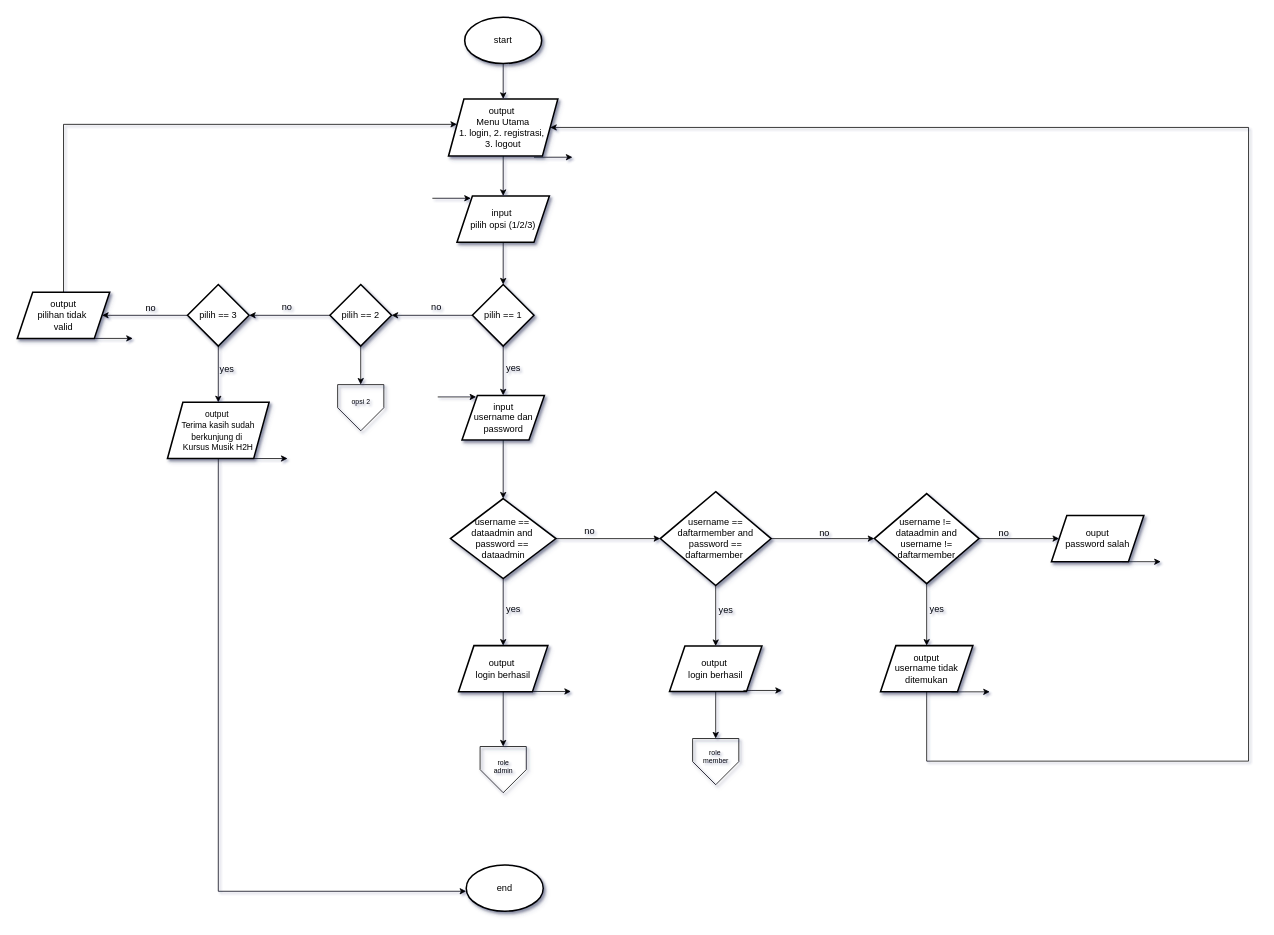
Earlier version of the draw.io diagram page "menu utama" (1 of 5) of Post-test/Post-test-apd-6/2509106078-Annisa-Nur-Raidah-PT-6.drawio (AnnisaNurRaidah/praktikum-apd). Source tidied: cells renumbered, new cells numbered last; positions are measured from the earlier drawing's top-left corner, leaving out a move shared by most shapes. Both pictures are drawn from the tidied source at 77%, with x=0, y=0 at pixel (17, 17).
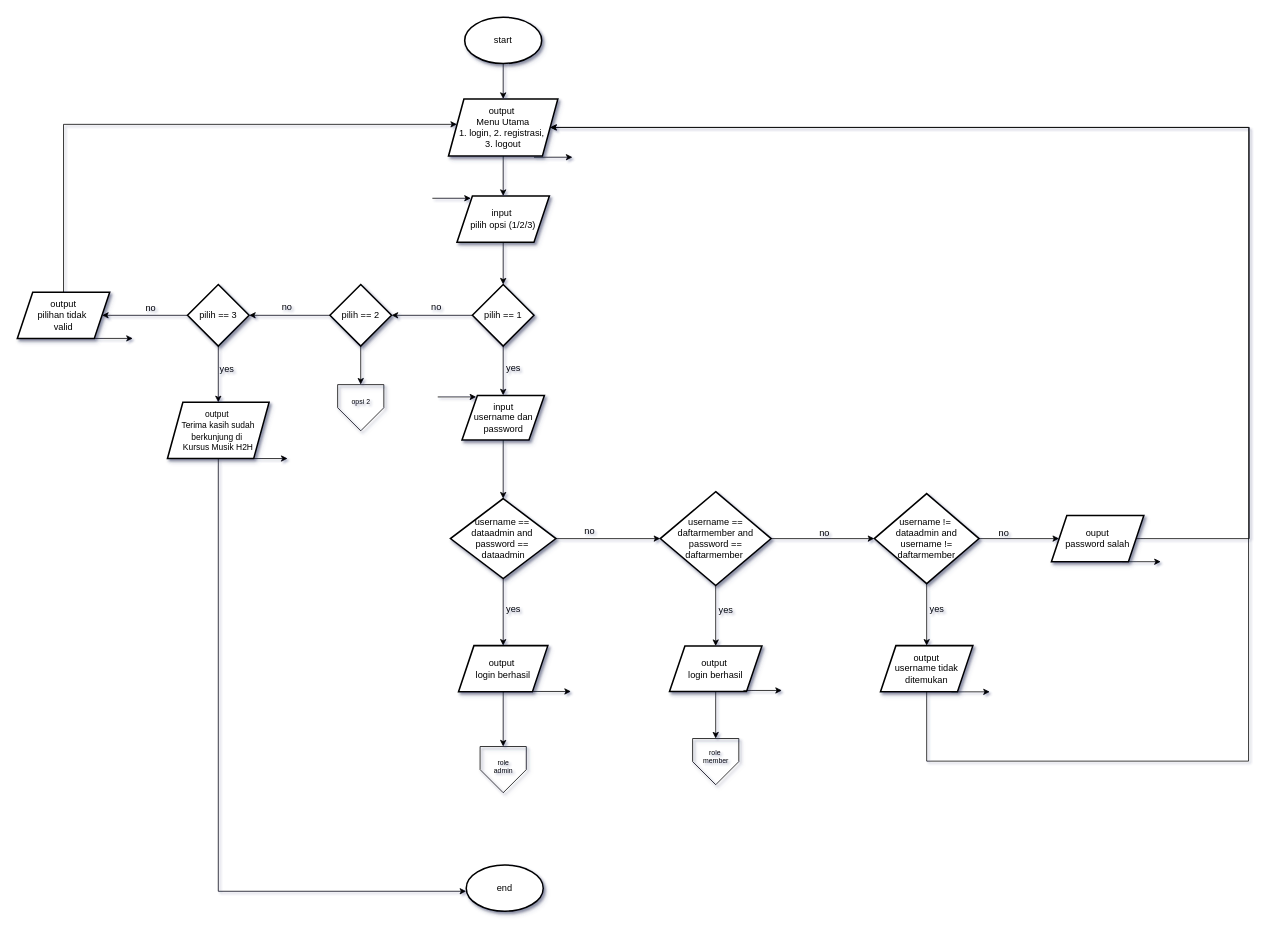
Above is the later version.

Unchanged cells that the change refers to:
```xml
<mxCell id="10" value="&lt;font style=&quot;color: light-dark(rgb(0, 0, 0), rgb(0, 0, 0));&quot;&gt;output&amp;nbsp;&lt;/font&gt;&lt;div&gt;Menu Utama&lt;/div&gt;&lt;div&gt;&lt;div style=&quot;color: rgb(255, 255, 255);&quot;&gt;&lt;font style=&quot;color: light-dark(rgb(0, 0, 0), rgb(0, 0, 0));&quot;&gt;1. login, 2. registrasi,&amp;nbsp;&lt;/font&gt;&lt;/div&gt;&lt;div style=&quot;color: rgb(255, 255, 255);&quot;&gt;&lt;font style=&quot;color: light-dark(rgb(0, 0, 0), rgb(0, 0, 0));&quot;&gt;3. logout&lt;/font&gt;&lt;/div&gt;&lt;/div&gt;" style="shape=parallelogram;perimeter=parallelogramPerimeter;whiteSpace=wrap;html=1;fixedSize=1;fillColor=light-dark(#FFFFFF,#FFFFFF);strokeColor=light-dark(#000000,#000000);fontColor=light-dark(#000000,#000000);strokeWidth=2;shadow=1;" parent="1" vertex="1">
  <mxGeometry x="560" y="106" width="142" height="74" as="geometry" />
</mxCell>
<mxCell id="38" value="ouput&lt;div&gt;password salah&lt;/div&gt;" style="shape=parallelogram;perimeter=parallelogramPerimeter;whiteSpace=wrap;html=1;fixedSize=1;fillColor=light-dark(#FFFFFF,#FFFFFF);strokeColor=light-dark(#000000,#000000);fontColor=light-dark(#000000,#000000);strokeWidth=2;shadow=1;" parent="1" vertex="1">
  <mxGeometry x="1343" y="647" width="120" height="60" as="geometry" />
</mxCell>
```

What changed in the source:
```diff
@@
+    <mxCell id="66" style="edgeStyle=orthogonalEdgeStyle;rounded=0;jettySize=auto;html=1;exitX=1;exitY=0.5;exitDx=0;exitDy=0;strokeColor=light-dark(#000000,#000000);" parent="1" edge="1" source="38" target="10">
+      <mxGeometry relative="1" as="geometry">
+        <Array as="points">
+          <mxPoint x="1600" y="677" />
+          <mxPoint x="1600" y="143" />
+        </Array>
+      </mxGeometry>
+    </mxCell>
```
